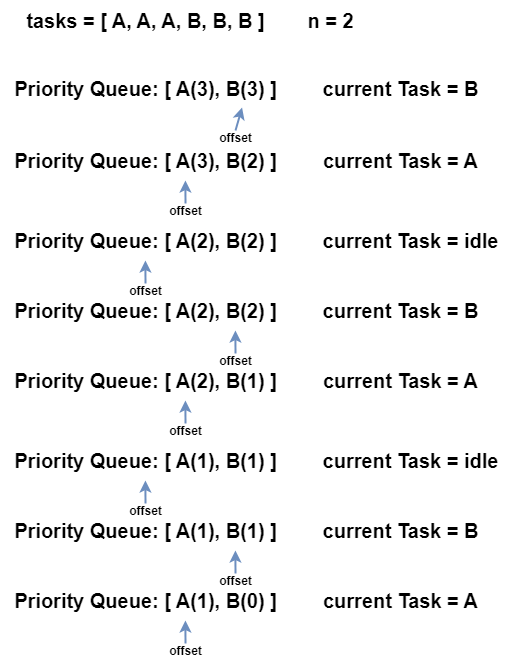
The draw.io diagram Python3/img/TaskScheduler.png in ashiven/leetcode-solutions, before a commit. Source tidied: cells renumbered, new cells last; positions are measured from the earlier drawing's top-left corner, leaving out a move shared by most shapes.
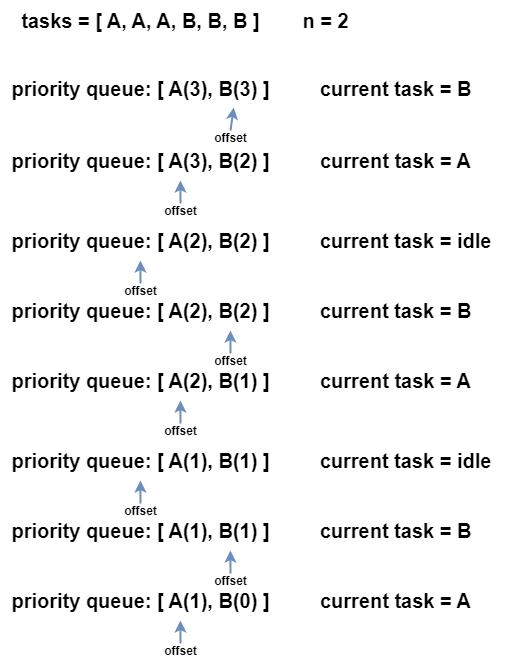
Above is the later version.

Change to the diagram source:
```diff
@@ -8,10 +8,10 @@
     <mxCell id="3" value="&lt;font style=&quot;font-size: 20px;&quot;&gt;n = 2&lt;/font&gt;" style="text;html=1;align=center;verticalAlign=middle;strokeColor=none;fillColor=none;fontStyle=1;strokeWidth=2;" parent="1" vertex="1">
       <mxGeometry x="295" width="70" height="40" as="geometry" />
     </mxCell>
-    <mxCell id="4" value="Priority Queue: [ A(3), B(3) ]" style="text;html=1;align=center;verticalAlign=middle;points=[];strokeColor=none;fillColor=none;fontSize=20;fontStyle=1;strokeWidth=2;" parent="1" vertex="1">
-      <mxGeometry y="68" width="290" height="40" as="geometry" />
+    <mxCell id="4" value="priority queue: [ A(3), B(3) ]" style="text;html=1;align=center;verticalAlign=middle;points=[];strokeColor=none;fillColor=none;fontSize=20;fontStyle=1;strokeWidth=2;" parent="1" vertex="1">
+      <mxGeometry x="5" y="68" width="280" height="40" as="geometry" />
     </mxCell>
-    <mxCell id="5" value="current Task = B" style="text;html=1;align=center;verticalAlign=middle;strokeColor=none;fillColor=none;fontSize=20;fontStyle=1;strokeWidth=2;" parent="1" vertex="1">
+    <mxCell id="5" value="current task = B" style="text;html=1;align=center;verticalAlign=middle;strokeColor=none;fillColor=none;fontSize=20;fontStyle=1;strokeWidth=2;" parent="1" vertex="1">
       <mxGeometry x="310" y="68" width="180" height="40" as="geometry" />
     </mxCell>
     <mxCell id="6" style="endArrow=classic;html=1;rounded=0;entryX=0.833;entryY=0.975;entryDx=0;entryDy=0;entryPerimeter=0;fillColor=#dae8fc;strokeColor=#6c8ebf;fontStyle=1;strokeWidth=2;" parent="1" edge="1" target="4">
@@ -22,11 +22,11 @@
     <mxCell id="7" value="offset" style="text;html=1;align=center;verticalAlign=middle;strokeColor=none;fillColor=none;fontStyle=1;strokeWidth=2;" parent="1" vertex="1">
       <mxGeometry x="205" y="123" width="60" height="30" as="geometry" />
     </mxCell>
-    <mxCell id="8" value="Priority Queue: [ A(3), B(2) ]" style="text;html=1;align=center;verticalAlign=middle;strokeColor=none;fillColor=none;fontSize=20;fontStyle=1;strokeWidth=2;" parent="1" vertex="1">
-      <mxGeometry y="140" width="290" height="40" as="geometry" />
+    <mxCell id="8" value="priority queue: [ A(3), B(2) ]" style="text;html=1;align=center;verticalAlign=middle;strokeColor=none;fillColor=none;fontSize=20;fontStyle=1;strokeWidth=2;" parent="1" vertex="1">
+      <mxGeometry x="5" y="140" width="280" height="40" as="geometry" />
     </mxCell>
-    <mxCell id="9" value="current Task = A" style="text;html=1;align=center;verticalAlign=middle;strokeColor=none;fillColor=none;fontSize=20;fontStyle=1;strokeWidth=2;" parent="1" vertex="1">
-      <mxGeometry x="310" y="140" width="180" height="40" as="geometry" />
+    <mxCell id="9" value="current task = A" style="text;html=1;align=center;verticalAlign=middle;strokeColor=none;fillColor=none;fontSize=20;fontStyle=1;strokeWidth=2;" parent="1" vertex="1">
+      <mxGeometry x="315" y="140" width="170" height="40" as="geometry" />
     </mxCell>
     <mxCell id="10" style="endArrow=classic;html=1;rounded=0;entryX=0.833;entryY=0.975;entryDx=0;entryDy=0;entryPerimeter=0;fillColor=#dae8fc;strokeColor=#6c8ebf;fontStyle=1;strokeWidth=2;" parent="1" edge="1">
       <mxGeometry relative="1" as="geometry">
@@ -37,10 +37,10 @@
     <mxCell id="11" value="offset" style="text;html=1;align=center;verticalAlign=middle;strokeColor=none;fillColor=none;fontStyle=1;strokeWidth=2;" parent="1" vertex="1">
       <mxGeometry x="155" y="196" width="60" height="30" as="geometry" />
     </mxCell>
-    <mxCell id="12" value="Priority Queue: [ A(2), B(2) ]" style="text;html=1;align=center;verticalAlign=middle;strokeColor=none;fillColor=none;fontSize=20;fontStyle=1;strokeWidth=2;" parent="1" vertex="1">
-      <mxGeometry y="220" width="290" height="40" as="geometry" />
+    <mxCell id="12" value="priority queue: [ A(2), B(2) ]" style="text;html=1;align=center;verticalAlign=middle;strokeColor=none;fillColor=none;fontSize=20;fontStyle=1;strokeWidth=2;" parent="1" vertex="1">
+      <mxGeometry x="5" y="220" width="280" height="40" as="geometry" />
     </mxCell>
-    <mxCell id="13" value="current Task = idle" style="text;html=1;align=center;verticalAlign=middle;strokeColor=none;fillColor=none;fontSize=20;fontStyle=1;strokeWidth=2;" parent="1" vertex="1">
+    <mxCell id="13" value="current task = idle" style="text;html=1;align=center;verticalAlign=middle;strokeColor=none;fillColor=none;fontSize=20;fontStyle=1;strokeWidth=2;" parent="1" vertex="1">
       <mxGeometry x="310" y="220" width="200" height="40" as="geometry" />
     </mxCell>
     <mxCell id="14" style="endArrow=classic;html=1;rounded=0;entryX=0.833;entryY=0.975;entryDx=0;entryDy=0;entryPerimeter=0;fillColor=#dae8fc;strokeColor=#6c8ebf;fontStyle=1;strokeWidth=2;" parent="1" edge="1">
@@ -52,10 +52,10 @@
     <mxCell id="15" value="offset" style="text;html=1;align=center;verticalAlign=middle;strokeColor=none;fillColor=none;fontStyle=1;strokeWidth=2;" parent="1" vertex="1">
       <mxGeometry x="115" y="276" width="60" height="30" as="geometry" />
     </mxCell>
-    <mxCell id="16" value="Priority Queue: [ A(2), B(2) ]" style="text;html=1;align=center;verticalAlign=middle;strokeColor=none;fillColor=none;fontSize=20;fontStyle=1;strokeWidth=2;" parent="1" vertex="1">
-      <mxGeometry y="290" width="290" height="40" as="geometry" />
+    <mxCell id="16" value="priority queue: [ A(2), B(2) ]" style="text;html=1;align=center;verticalAlign=middle;strokeColor=none;fillColor=none;fontSize=20;fontStyle=1;strokeWidth=2;" parent="1" vertex="1">
+      <mxGeometry x="5" y="290" width="280" height="40" as="geometry" />
     </mxCell>
-    <mxCell id="17" value="current Task = B" style="text;html=1;align=center;verticalAlign=middle;strokeColor=none;fillColor=none;fontSize=20;fontStyle=1;strokeWidth=2;" parent="1" vertex="1">
+    <mxCell id="17" value="current task = B" style="text;html=1;align=center;verticalAlign=middle;strokeColor=none;fillColor=none;fontSize=20;fontStyle=1;strokeWidth=2;" parent="1" vertex="1">
       <mxGeometry x="310" y="290" width="180" height="40" as="geometry" />
     </mxCell>
     <mxCell id="18" style="endArrow=classic;html=1;rounded=0;entryX=0.833;entryY=0.975;entryDx=0;entryDy=0;entryPerimeter=0;fillColor=#dae8fc;strokeColor=#6c8ebf;fontStyle=1;strokeWidth=2;" parent="1" edge="1">
@@ -67,11 +67,11 @@
     <mxCell id="19" value="offset" style="text;html=1;align=center;verticalAlign=middle;strokeColor=none;fillColor=none;fontStyle=1;strokeWidth=2;" parent="1" vertex="1">
       <mxGeometry x="205" y="346" width="60" height="30" as="geometry" />
     </mxCell>
-    <mxCell id="20" value="Priority Queue: [ A(2), B(1) ]" style="text;html=1;align=center;verticalAlign=middle;strokeColor=none;fillColor=none;fontSize=20;fontStyle=1;strokeWidth=2;" parent="1" vertex="1">
-      <mxGeometry y="360" width="290" height="40" as="geometry" />
+    <mxCell id="20" value="priority queue: [ A(2), B(1) ]" style="text;html=1;align=center;verticalAlign=middle;strokeColor=none;fillColor=none;fontSize=20;fontStyle=1;strokeWidth=2;" parent="1" vertex="1">
+      <mxGeometry x="5" y="360" width="280" height="40" as="geometry" />
     </mxCell>
-    <mxCell id="21" value="current Task = A" style="text;html=1;align=center;verticalAlign=middle;strokeColor=none;fillColor=none;fontSize=20;fontStyle=1;strokeWidth=2;" parent="1" vertex="1">
-      <mxGeometry x="310" y="360" width="180" height="40" as="geometry" />
+    <mxCell id="21" value="current task = A" style="text;html=1;align=center;verticalAlign=middle;strokeColor=none;fillColor=none;fontSize=20;fontStyle=1;strokeWidth=2;" parent="1" vertex="1">
+      <mxGeometry x="315" y="360" width="170" height="40" as="geometry" />
     </mxCell>
     <mxCell id="22" style="endArrow=classic;html=1;rounded=0;entryX=0.833;entryY=0.975;entryDx=0;entryDy=0;entryPerimeter=0;fillColor=#dae8fc;strokeColor=#6c8ebf;fontStyle=1;strokeWidth=2;" parent="1" edge="1">
       <mxGeometry relative="1" as="geometry">
@@ -82,10 +82,10 @@
     <mxCell id="23" value="offset" style="text;html=1;align=center;verticalAlign=middle;strokeColor=none;fillColor=none;fontStyle=1;strokeWidth=2;" parent="1" vertex="1">
       <mxGeometry x="155" y="416" width="60" height="30" as="geometry" />
     </mxCell>
-    <mxCell id="24" value="Priority Queue: [ A(1), B(1) ]" style="text;html=1;align=center;verticalAlign=middle;strokeColor=none;fillColor=none;fontSize=20;fontStyle=1;strokeWidth=2;" parent="1" vertex="1">
-      <mxGeometry y="440" width="290" height="40" as="geometry" />
+    <mxCell id="24" value="priority queue: [ A(1), B(1) ]" style="text;html=1;align=center;verticalAlign=middle;strokeColor=none;fillColor=none;fontSize=20;fontStyle=1;strokeWidth=2;" parent="1" vertex="1">
+      <mxGeometry x="5" y="440" width="280" height="40" as="geometry" />
     </mxCell>
-    <mxCell id="25" value="current Task = idle" style="text;html=1;align=center;verticalAlign=middle;strokeColor=none;fillColor=none;fontSize=20;fontStyle=1;strokeWidth=2;" parent="1" vertex="1">
+    <mxCell id="25" value="current task = idle" style="text;html=1;align=center;verticalAlign=middle;strokeColor=none;fillColor=none;fontSize=20;fontStyle=1;strokeWidth=2;" parent="1" vertex="1">
       <mxGeometry x="310" y="440" width="200" height="40" as="geometry" />
     </mxCell>
     <mxCell id="26" style="endArrow=classic;html=1;rounded=0;entryX=0.833;entryY=0.975;entryDx=0;entryDy=0;entryPerimeter=0;fillColor=#dae8fc;strokeColor=#6c8ebf;fontStyle=1;strokeWidth=2;" parent="1" edge="1">
@@ -97,10 +97,10 @@
     <mxCell id="27" value="offset" style="text;html=1;align=center;verticalAlign=middle;strokeColor=none;fillColor=none;fontStyle=1;strokeWidth=2;" parent="1" vertex="1">
       <mxGeometry x="115" y="496" width="60" height="30" as="geometry" />
     </mxCell>
-    <mxCell id="28" value="Priority Queue: [ A(1), B(1) ]" style="text;html=1;align=center;verticalAlign=middle;strokeColor=none;fillColor=none;fontSize=20;fontStyle=1;strokeWidth=2;" parent="1" vertex="1">
-      <mxGeometry y="510" width="290" height="40" as="geometry" />
+    <mxCell id="28" value="priority queue: [ A(1), B(1) ]" style="text;html=1;align=center;verticalAlign=middle;strokeColor=none;fillColor=none;fontSize=20;fontStyle=1;strokeWidth=2;" parent="1" vertex="1">
+      <mxGeometry x="5" y="510" width="280" height="40" as="geometry" />
     </mxCell>
-    <mxCell id="29" value="current Task = B" style="text;html=1;align=center;verticalAlign=middle;strokeColor=none;fillColor=none;fontSize=20;fontStyle=1;strokeWidth=2;" parent="1" vertex="1">
+    <mxCell id="29" value="current task = B" style="text;html=1;align=center;verticalAlign=middle;strokeColor=none;fillColor=none;fontSize=20;fontStyle=1;strokeWidth=2;" parent="1" vertex="1">
       <mxGeometry x="310" y="510" width="180" height="40" as="geometry" />
     </mxCell>
     <mxCell id="30" style="endArrow=classic;html=1;rounded=0;entryX=0.833;entryY=0.975;entryDx=0;entryDy=0;entryPerimeter=0;fillColor=#dae8fc;strokeColor=#6c8ebf;fontStyle=1;strokeWidth=2;" parent="1" edge="1">
@@ -112,11 +112,11 @@
     <mxCell id="31" value="offset" style="text;html=1;align=center;verticalAlign=middle;strokeColor=none;fillColor=none;fontStyle=1;strokeWidth=2;" parent="1" vertex="1">
       <mxGeometry x="205" y="566" width="60" height="30" as="geometry" />
     </mxCell>
-    <mxCell id="32" value="Priority Queue: [ A(1), B(0) ]" style="text;html=1;align=center;verticalAlign=middle;strokeColor=none;fillColor=none;fontSize=20;fontStyle=1;strokeWidth=2;" parent="1" vertex="1">
-      <mxGeometry y="580" width="290" height="40" as="geometry" />
+    <mxCell id="32" value="priority queue: [ A(1), B(0) ]" style="text;html=1;align=center;verticalAlign=middle;strokeColor=none;fillColor=none;fontSize=20;fontStyle=1;strokeWidth=2;" parent="1" vertex="1">
+      <mxGeometry x="5" y="580" width="280" height="40" as="geometry" />
     </mxCell>
-    <mxCell id="33" value="current Task = A" style="text;html=1;align=center;verticalAlign=middle;strokeColor=none;fillColor=none;fontSize=20;fontStyle=1;strokeWidth=2;" parent="1" vertex="1">
-      <mxGeometry x="310" y="580" width="180" height="40" as="geometry" />
+    <mxCell id="33" value="current task = A" style="text;html=1;align=center;verticalAlign=middle;strokeColor=none;fillColor=none;fontSize=20;fontStyle=1;strokeWidth=2;" parent="1" vertex="1">
+      <mxGeometry x="315" y="580" width="170" height="40" as="geometry" />
     </mxCell>
     <mxCell id="34" style="endArrow=classic;html=1;rounded=0;entryX=0.833;entryY=0.975;entryDx=0;entryDy=0;entryPerimeter=0;fillColor=#dae8fc;strokeColor=#6c8ebf;fontStyle=1;strokeWidth=2;" parent="1" edge="1">
       <mxGeometry relative="1" as="geometry">
```
